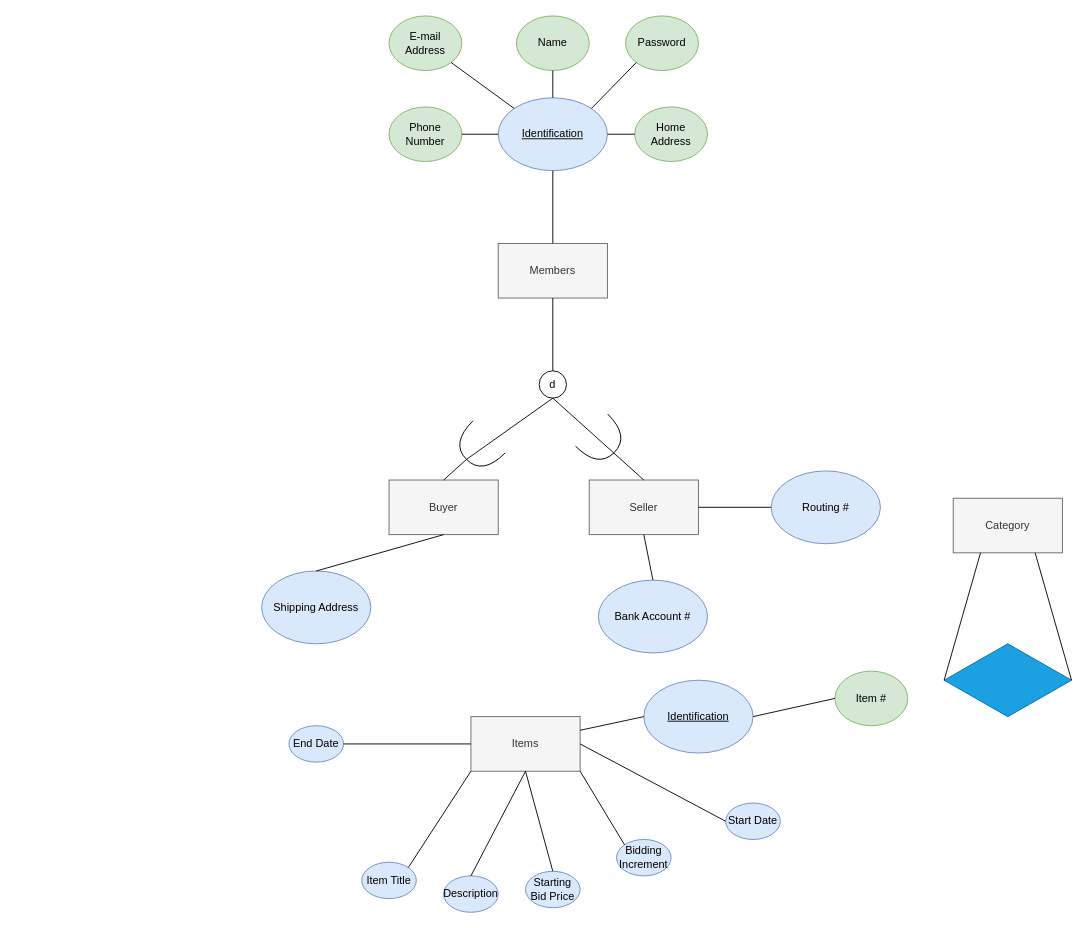
William-BC-CA/CPSC2221_EER_Modelling_Diagram keeps this draw.io diagram as EER Modelling.drawio. Above is the earlier version. Source tidied: cells renumbered, new cells numbered last; positions are measured from the earlier drawing's top-left corner, leaving out a move shared by most shapes. Both pictures are drawn from the tidied source at 91%, with x=0, y=0 at pixel (261, 15).
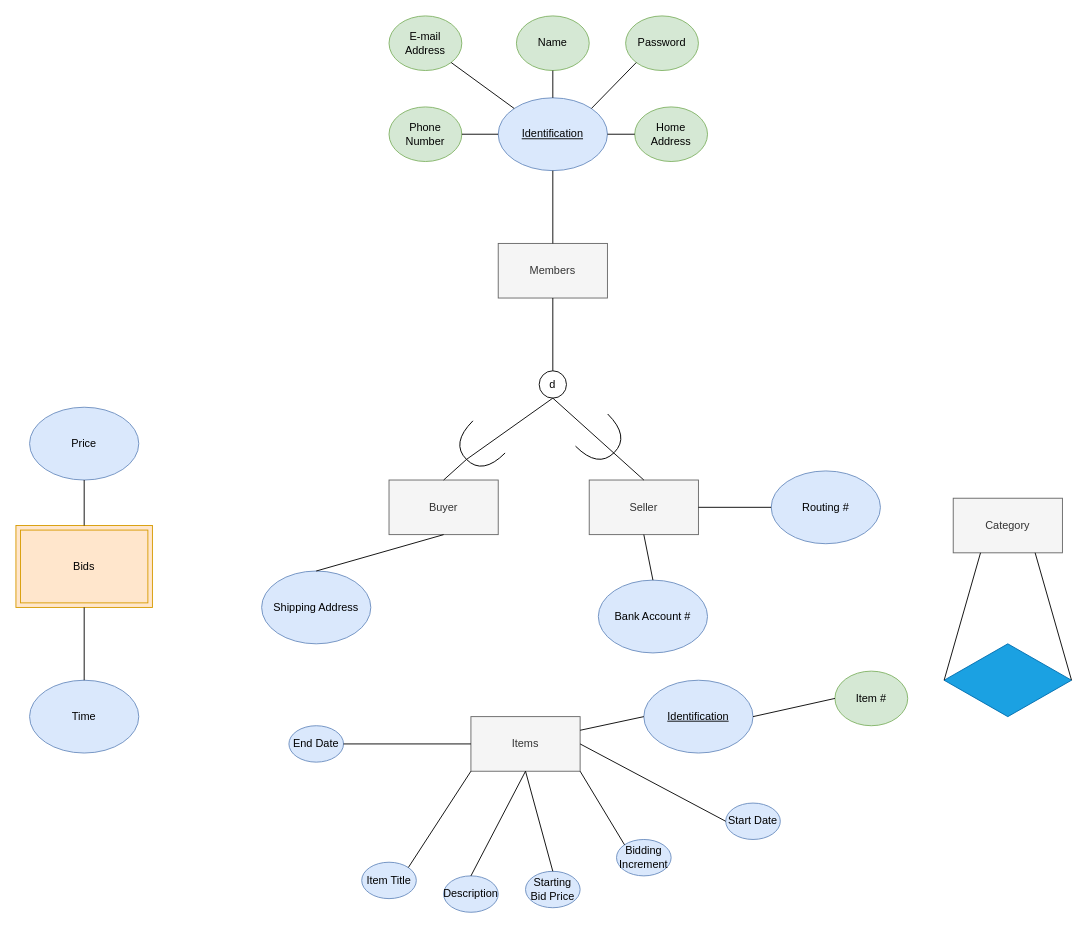
After the change.

What changed in the source:
```diff
@@
+    <mxCell id="51" value="Bids" style="shape=ext;margin=3;double=1;whiteSpace=wrap;html=1;align=center;fillColor=#ffe6cc;strokeColor=#d79b00;" parent="1" vertex="1">
+      <mxGeometry x="-270" y="560" width="150" height="90" as="geometry" />
+    </mxCell>
+    <mxCell id="52" value="Price" style="ellipse;whiteSpace=wrap;html=1;fillColor=#dae8fc;strokeColor=#6c8ebf;" parent="1" vertex="1">
+      <mxGeometry x="-255" y="430" width="120" height="80" as="geometry" />
+    </mxCell>
+    <mxCell id="53" value="Time" style="ellipse;whiteSpace=wrap;html=1;fillColor=#dae8fc;strokeColor=#6c8ebf;" parent="1" vertex="1">
+      <mxGeometry x="-255" y="730" width="120" height="80" as="geometry" />
+    </mxCell>
+    <mxCell id="54" style="endArrow=none;html=1;rounded=0;exitX=0.5;exitY=1;exitDx=0;exitDy=0;entryX=0.5;entryY=0;entryDx=0;entryDy=0;" parent="1" edge="1" source="52" target="51">
+      <mxGeometry relative="1" as="geometry" />
+    </mxCell>
+    <mxCell id="55" style="endArrow=none;html=1;rounded=0;exitX=0.5;exitY=0;exitDx=0;exitDy=0;entryX=0.5;entryY=1;entryDx=0;entryDy=0;" parent="1" edge="1" source="53" target="51">
+      <mxGeometry relative="1" as="geometry" />
+    </mxCell>
```
